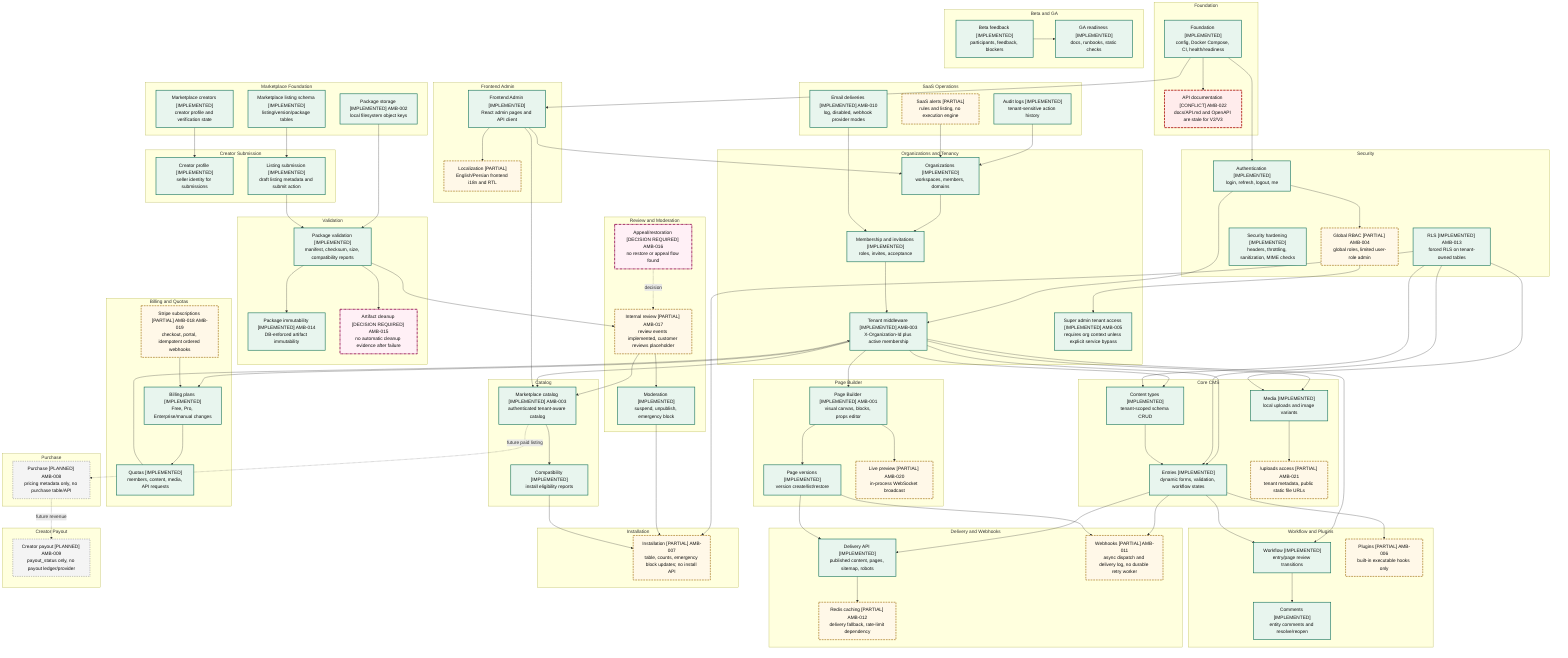
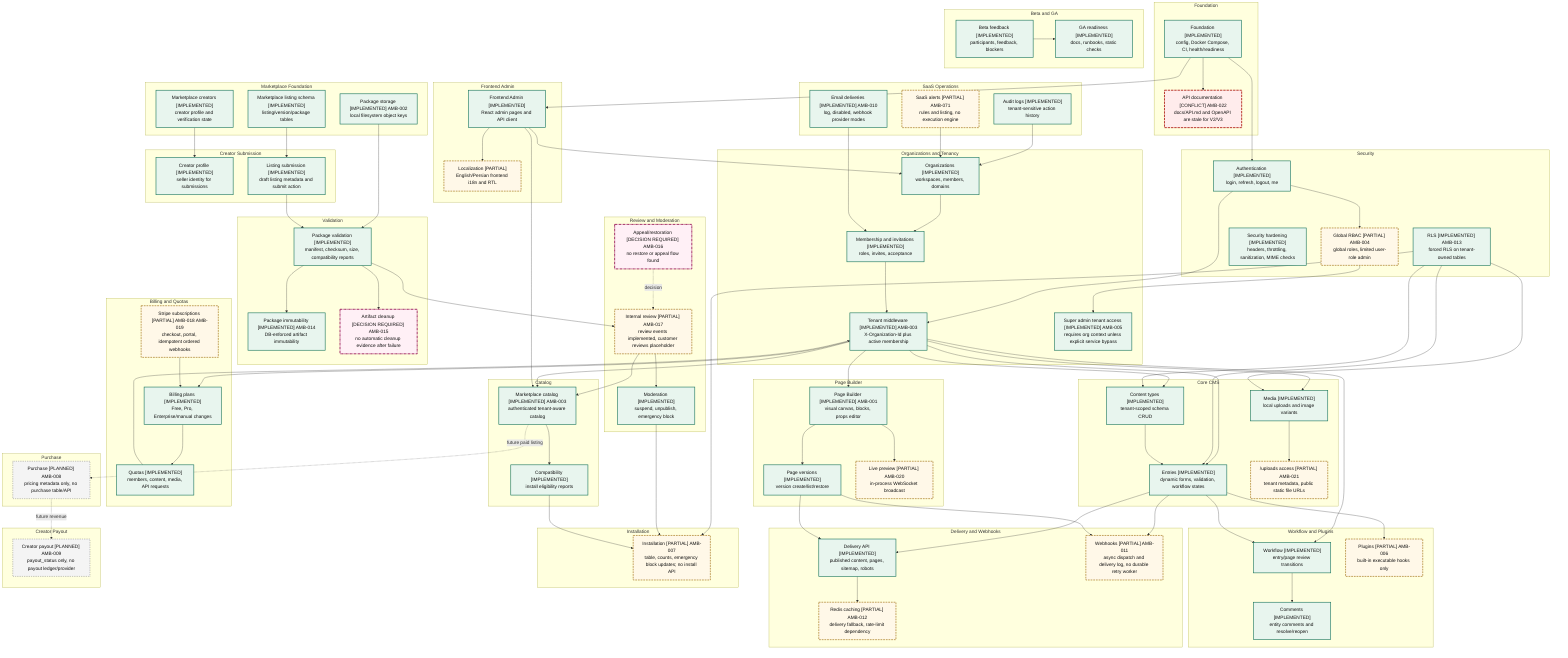
%% Evidence: docs/diagrams/REPOSITORY_INVENTORY.md
%% Evidence: docs/diagrams/ARCHITECTURE_AUDIT.md
%% Evidence: docs/diagrams/AMBIGUITIES.md
flowchart TD
  subgraph foundation_group["Foundation"]
    foundation["Foundation [IMPLEMENTED]<br/>config, Docker Compose, CI, health/readiness"]
    api_docs["API documentation [CONFLICT] AMB-022<br/>docs/API.md and OpenAPI are stale for V2/V3"]
  end

  subgraph core_cms_group["Core CMS"]
    content_types["Content types [IMPLEMENTED]<br/>tenant-scoped schema CRUD"]
    entries["Entries [IMPLEMENTED]<br/>dynamic forms, validation, workflow states"]
    media["Media [IMPLEMENTED]<br/>local uploads and image variants"]
    uploads_access["/uploads access [PARTIAL] AMB-021<br/>tenant metadata, public static file URLs"]
  end

  subgraph page_builder_group["Page Builder"]
    page_builder["Page Builder [IMPLEMENTED] AMB-001<br/>visual canvas, blocks, props editor"]
    page_versions["Page versions [IMPLEMENTED]<br/>version create/list/restore"]
    live_preview["Live preview [PARTIAL] AMB-020<br/>in-process WebSocket broadcast"]
  end

  subgraph delivery_webhooks_group["Delivery and Webhooks"]
    delivery_api["Delivery API [IMPLEMENTED]<br/>published content, pages, sitemap, robots"]
    redis_cache["Redis caching [PARTIAL] AMB-012<br/>delivery fallback, rate-limit dependency"]
    webhooks["Webhooks [PARTIAL] AMB-011<br/>async dispatch and delivery log, no durable retry worker"]
  end

  subgraph workflow_plugins_group["Workflow and Plugins"]
    workflow["Workflow [IMPLEMENTED]<br/>entry/page review transitions"]
    comments["Comments [IMPLEMENTED]<br/>entity comments and resolve/reopen"]
    plugins["Plugins [PARTIAL] AMB-006<br/>built-in executable hooks only"]
  end

  subgraph security_group["Security"]
    auth["Authentication [IMPLEMENTED]<br/>login, refresh, logout, me"]
    global_rbac["Global RBAC [PARTIAL] AMB-004<br/>global roles, limited user-role admin"]
    security_hardening["Security hardening [IMPLEMENTED]<br/>headers, throttling, sanitization, MIME checks"]
    rls["RLS [IMPLEMENTED] AMB-013<br/>forced RLS on tenant-owned tables"]
  end

  subgraph frontend_group["Frontend Admin"]
    frontend_admin["Frontend Admin [IMPLEMENTED]<br/>React admin pages and API client"]
    localization["Localization [PARTIAL]<br/>English/Persian frontend i18n and RTL"]
  end

  subgraph tenancy_group["Organizations and Tenancy"]
    organizations["Organizations [IMPLEMENTED]<br/>workspaces, members, domains"]
    memberships["Membership and invitations [IMPLEMENTED]<br/>roles, invites, acceptance"]
    tenant_middleware["Tenant middleware [IMPLEMENTED] AMB-003<br/>X-Organization-Id plus active membership"]
    super_admin["Super admin tenant access [IMPLEMENTED] AMB-005<br/>requires org context unless explicit service bypass"]
  end

  subgraph billing_group["Billing and Quotas"]
    billing_plans["Billing plans [IMPLEMENTED]<br/>Free, Pro, Enterprise/manual changes"]
    stripe_subscriptions["Stripe subscriptions [PARTIAL] AMB-018 AMB-019<br/>checkout, portal, idempotent ordered webhooks"]
    quotas["Quotas [IMPLEMENTED]<br/>members, content, media, API requests"]
  end

  subgraph saas_ops_group["SaaS Operations"]
    audit_logs["Audit logs [IMPLEMENTED]<br/>tenant-sensitive action history"]
    email_deliveries["Email deliveries [IMPLEMENTED] AMB-010<br/>log, disabled, webhook provider modes"]
-     saas_alerts["SaaS alerts [PARTIAL]<br/>rules and listing, no execution engine"]
+     saas_alerts["SaaS alerts [PARTIAL] AMB-071<br/>rules and listing, no execution engine"]
  end

  subgraph beta_ga_group["Beta and GA"]
    beta_feedback["Beta feedback [IMPLEMENTED]<br/>participants, feedback, blockers"]
    ga_readiness["GA readiness [IMPLEMENTED]<br/>docs, runbooks, static checks"]
  end

  subgraph marketplace_foundation_group["Marketplace Foundation"]
    marketplace_creators["Marketplace creators [IMPLEMENTED]<br/>creator profile and verification state"]
    marketplace_listing_schema["Marketplace listing schema [IMPLEMENTED]<br/>listing/version/package tables"]
    marketplace_storage["Package storage [IMPLEMENTED] AMB-002<br/>local filesystem object keys"]
  end

  subgraph creator_submission_group["Creator Submission"]
    creator_profile["Creator profile [IMPLEMENTED]<br/>seller identity for submissions"]
    listing_submission["Listing submission [IMPLEMENTED]<br/>draft listing metadata and submit action"]
  end

  subgraph validation_group["Validation"]
    package_validation["Package validation [IMPLEMENTED]<br/>manifest, checksum, size, compatibility reports"]
    package_immutability["Package immutability [IMPLEMENTED] AMB-014<br/>DB-enforced artifact immutability"]
    artifact_cleanup["Artifact cleanup [DECISION REQUIRED] AMB-015<br/>no automatic cleanup evidence after failure"]
  end

  subgraph review_group["Review and Moderation"]
    internal_review["Internal review [PARTIAL] AMB-017<br/>review events implemented, customer reviews placeholder"]
    moderation["Moderation [IMPLEMENTED]<br/>suspend, unpublish, emergency block"]
    review_restoration["Appeal/restoration [DECISION REQUIRED] AMB-016<br/>no restore or appeal flow found"]
  end

  subgraph catalog_group["Catalog"]
    catalog["Marketplace catalog [IMPLEMENTED] AMB-003<br/>authenticated tenant-aware catalog"]
    compatibility["Compatibility [IMPLEMENTED]<br/>install eligibility reports"]
  end

  subgraph installation_group["Installation"]
    installation["Installation [PARTIAL] AMB-007<br/>table, counts, emergency block updates; no install API"]
  end

  subgraph purchase_group["Purchase"]
    purchase["Purchase [PLANNED] AMB-008<br/>pricing metadata only, no purchase table/API"]
  end

  subgraph payout_group["Creator Payout"]
    payout["Creator payout [PLANNED] AMB-009<br/>payout_status only, no payout ledger/provider"]
  end

  foundation --> auth
  foundation --> frontend_admin
  foundation --> api_docs
  auth --> global_rbac
  auth --> tenant_middleware
  organizations --> memberships
  memberships --> tenant_middleware
  global_rbac --> super_admin
  tenant_middleware --> content_types
  tenant_middleware --> entries
  tenant_middleware --> media
  tenant_middleware --> page_builder
  tenant_middleware --> workflow
  tenant_middleware --> billing_plans
  tenant_middleware --> catalog
  rls --> content_types
  rls --> entries
  rls --> media
  rls --> installation
  content_types --> entries
  media --> uploads_access
  page_builder --> page_versions
  page_builder --> live_preview
  entries --> delivery_api
  page_versions --> delivery_api
  delivery_api --> redis_cache
  entries --> workflow
  workflow --> comments
  entries --> plugins
  entries --> webhooks
  page_versions --> webhooks
  frontend_admin --> localization
  frontend_admin --> organizations
  frontend_admin --> catalog
  billing_plans --> quotas
  stripe_subscriptions --> billing_plans
  quotas --> tenant_middleware
  audit_logs --> organizations
  email_deliveries --> memberships
  saas_alerts --> organizations
  beta_feedback --> ga_readiness
  marketplace_creators --> creator_profile
  marketplace_listing_schema --> listing_submission
  marketplace_storage --> package_validation
  listing_submission --> package_validation
  package_validation --> package_immutability
  package_validation --> artifact_cleanup
  package_validation --> internal_review
  internal_review --> moderation
  moderation --> installation
  internal_review --> catalog
  review_restoration -. decision .-> internal_review
  catalog --> compatibility
  compatibility --> installation
  catalog -. future paid listing .-> purchase
  purchase -. future revenue .-> payout

  class foundation,content_types,entries,media,page_builder,page_versions,delivery_api,workflow,comments,auth,security_hardening,rls,frontend_admin,organizations,memberships,tenant_middleware,super_admin,billing_plans,quotas,audit_logs,email_deliveries,beta_feedback,ga_readiness,marketplace_creators,marketplace_listing_schema,marketplace_storage,creator_profile,listing_submission,package_validation,package_immutability,moderation,catalog,compatibility implemented
  class global_rbac,uploads_access,live_preview,redis_cache,webhooks,plugins,localization,stripe_subscriptions,saas_alerts,internal_review,installation partial
  class purchase,payout planned
  class api_docs conflict
  class artifact_cleanup,review_restoration decision
  classDef implemented fill:#e8f5ee,stroke:#17745b,stroke-width:2px,color:#111
  classDef partial fill:#fff8e8,stroke:#9a6500,stroke-width:2px,stroke-dasharray: 6 3,color:#111
  classDef planned fill:#f4f4f4,stroke:#666,stroke-width:2px,stroke-dasharray: 2 4,color:#111
  classDef conflict fill:#ffecec,stroke:#b3261e,stroke-width:3px,stroke-dasharray: 8 3,color:#111
  classDef decision fill:#fff0f6,stroke:#9b1b5a,stroke-width:3px,stroke-dasharray: 8 2 2 2,color:#111
